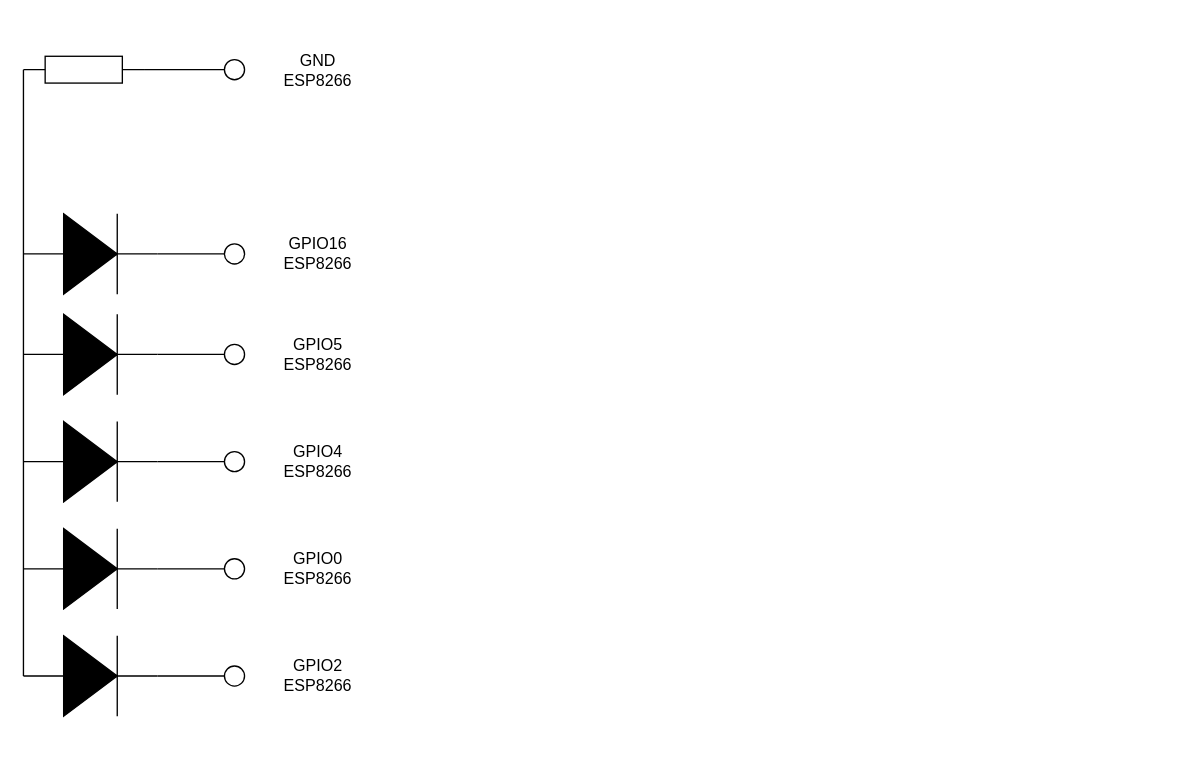
The draw.io diagram doc/diagram/movement_module.drawio in thornwishstalon/probable-liftoff-machine, before the edit. Source tidied: cells renumbered, new cells numbered last; positions are measured from the earlier drawing's top-left corner, leaving out a move shared by most shapes. Both pictures are drawn from the tidied source at 134%, with x=0, y=0 at pixel (23, 48).
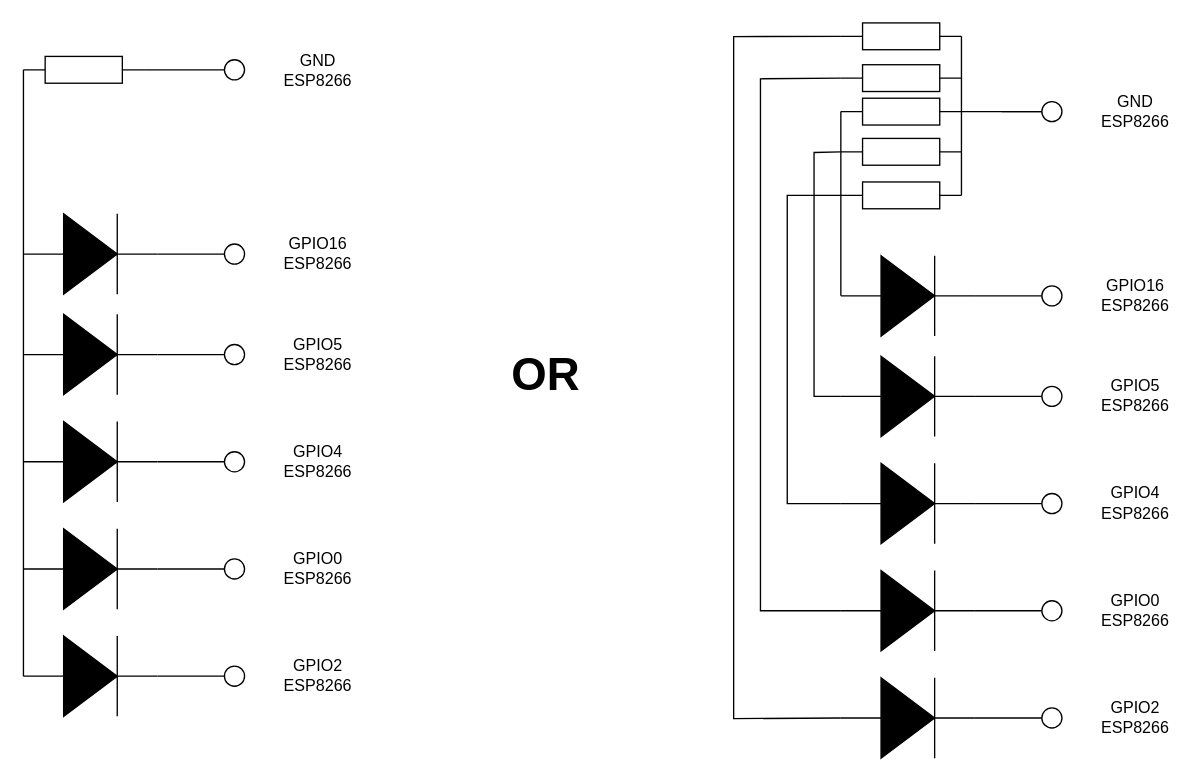
After the change.

Diff of the diagram source:
```diff
@@
     <mxCell id="2" style="verticalLabelPosition=bottom;shadow=0;dashed=0;align=center;html=1;verticalAlign=top;strokeWidth=1;shape=ellipse;perimeter=ellipsePerimeter;" parent="1" vertex="1">
-      <mxGeometry x="150" y="8" width="15" height="15" as="geometry" />
+      <mxGeometry x="150" y="8.1" width="15" height="15" as="geometry" />
     </mxCell>
     <mxCell id="3" style="verticalLabelPosition=bottom;shadow=0;dashed=0;align=center;html=1;verticalAlign=top;strokeWidth=1;shape=ellipse;perimeter=ellipsePerimeter;" parent="1" vertex="1">
-      <mxGeometry x="150" y="145.5" width="15" height="15" as="geometry" />
+      <mxGeometry x="150" y="145.6" width="15" height="15" as="geometry" />
     </mxCell>
     <mxCell id="4" value="GPIO16 ESP8266" style="text;html=1;strokeColor=none;fillColor=none;align=center;verticalAlign=middle;whiteSpace=wrap;rounded=0;" parent="1" vertex="1">
-      <mxGeometry x="190" y="138" width="60" height="30" as="geometry" />
+      <mxGeometry x="190" y="138.1" width="60" height="30" as="geometry" />
     </mxCell>
     <mxCell id="5" value="GND ESP8266" style="text;html=1;strokeColor=none;fillColor=none;align=center;verticalAlign=middle;whiteSpace=wrap;rounded=0;" parent="1" vertex="1">
-      <mxGeometry x="190" y="0.5" width="60" height="30" as="geometry" />
+      <mxGeometry x="190" y="0.6" width="60" height="30" as="geometry" />
     </mxCell>
     <mxCell id="6" style="verticalLabelPosition=bottom;shadow=0;dashed=0;align=center;html=1;verticalAlign=top;shape=mxgraph.electrical.resistors.resistor_1;" parent="1" vertex="1">
-      <mxGeometry y="5.5" width="90" height="20" as="geometry" />
+      <mxGeometry y="5.6" width="90" height="20" as="geometry" />
     </mxCell>
@@
     <mxCell id="9" style="fillColor=strokeColor;verticalLabelPosition=bottom;shadow=0;dashed=0;align=center;html=1;verticalAlign=top;shape=mxgraph.electrical.diodes.diode;" parent="1" vertex="1">
-      <mxGeometry y="123" width="100" height="60" as="geometry" />
+      <mxGeometry y="123.1" width="100" height="60" as="geometry" />
     </mxCell>
     <mxCell id="10" style="verticalLabelPosition=bottom;shadow=0;dashed=0;align=center;html=1;verticalAlign=top;strokeWidth=1;shape=ellipse;perimeter=ellipsePerimeter;" parent="1" vertex="1">
-      <mxGeometry x="150" y="220.5" width="15" height="15" as="geometry" />
+      <mxGeometry x="150" y="220.6" width="15" height="15" as="geometry" />
     </mxCell>
@@
     <mxCell id="12" style="fillColor=strokeColor;verticalLabelPosition=bottom;shadow=0;dashed=0;align=center;html=1;verticalAlign=top;shape=mxgraph.electrical.diodes.diode;" parent="1" vertex="1">
-      <mxGeometry y="198" width="100" height="60" as="geometry" />
+      <mxGeometry y="198.1" width="100" height="60" as="geometry" />
     </mxCell>
     <mxCell id="13" style="verticalLabelPosition=bottom;shadow=0;dashed=0;align=center;html=1;verticalAlign=top;strokeWidth=1;shape=ellipse;perimeter=ellipsePerimeter;" parent="1" vertex="1">
-      <mxGeometry x="150" y="300.5" width="15" height="15" as="geometry" />
+      <mxGeometry x="150" y="300.6" width="15" height="15" as="geometry" />
     </mxCell>
@@
     <mxCell id="15" style="fillColor=strokeColor;verticalLabelPosition=bottom;shadow=0;dashed=0;align=center;html=1;verticalAlign=top;shape=mxgraph.electrical.diodes.diode;" parent="1" vertex="1">
-      <mxGeometry y="278" width="100" height="60" as="geometry" />
+      <mxGeometry y="278.1" width="100" height="60" as="geometry" />
     </mxCell>
     <mxCell id="16" style="verticalLabelPosition=bottom;shadow=0;dashed=0;align=center;html=1;verticalAlign=top;strokeWidth=1;shape=ellipse;perimeter=ellipsePerimeter;" parent="1" vertex="1">
-      <mxGeometry x="150" y="380.5" width="15" height="15" as="geometry" />
+      <mxGeometry x="150" y="380.6" width="15" height="15" as="geometry" />
     </mxCell>
@@
     <mxCell id="18" style="fillColor=strokeColor;verticalLabelPosition=bottom;shadow=0;dashed=0;align=center;html=1;verticalAlign=top;shape=mxgraph.electrical.diodes.diode;" parent="1" vertex="1">
-      <mxGeometry y="358" width="100" height="60" as="geometry" />
+      <mxGeometry y="358.1" width="100" height="60" as="geometry" />
     </mxCell>
     <mxCell id="19" style="verticalLabelPosition=bottom;shadow=0;dashed=0;align=center;html=1;verticalAlign=top;strokeWidth=1;shape=ellipse;perimeter=ellipsePerimeter;" parent="1" vertex="1">
-      <mxGeometry x="150" y="460.5" width="15" height="15" as="geometry" />
+      <mxGeometry x="150" y="460.6" width="15" height="15" as="geometry" />
     </mxCell>
@@
     <mxCell id="21" style="fillColor=strokeColor;verticalLabelPosition=bottom;shadow=0;dashed=0;align=center;html=1;verticalAlign=top;shape=mxgraph.electrical.diodes.diode;" parent="1" vertex="1">
-      <mxGeometry y="438" width="100" height="60" as="geometry" />
+      <mxGeometry y="438.1" width="100" height="60" as="geometry" />
     </mxCell>
@@
     <mxCell id="23" value="GPIO5 ESP8266" style="text;html=1;strokeColor=none;fillColor=none;align=center;verticalAlign=middle;whiteSpace=wrap;rounded=0;" parent="1" vertex="1">
-      <mxGeometry x="190" y="213" width="60" height="30" as="geometry" />
+      <mxGeometry x="190" y="213.1" width="60" height="30" as="geometry" />
     </mxCell>
     <mxCell id="24" value="GPIO4 ESP8266" style="text;html=1;strokeColor=none;fillColor=none;align=center;verticalAlign=middle;whiteSpace=wrap;rounded=0;" parent="1" vertex="1">
-      <mxGeometry x="190" y="293" width="60" height="30" as="geometry" />
+      <mxGeometry x="190" y="293.1" width="60" height="30" as="geometry" />
     </mxCell>
     <mxCell id="25" value="GPIO0 ESP8266" style="text;html=1;strokeColor=none;fillColor=none;align=center;verticalAlign=middle;whiteSpace=wrap;rounded=0;" parent="1" vertex="1">
-      <mxGeometry x="190" y="373" width="60" height="30" as="geometry" />
+      <mxGeometry x="190" y="373.1" width="60" height="30" as="geometry" />
     </mxCell>
     <mxCell id="26" value="GPIO2 ESP8266" style="text;html=1;strokeColor=none;fillColor=none;align=center;verticalAlign=middle;whiteSpace=wrap;rounded=0;" parent="1" vertex="1">
-      <mxGeometry x="190" y="453" width="60" height="30" as="geometry" />
+      <mxGeometry x="190" y="453.1" width="60" height="30" as="geometry" />
     </mxCell>
+    <mxCell id="27" style="verticalLabelPosition=bottom;shadow=0;dashed=0;align=center;html=1;verticalAlign=top;strokeWidth=1;shape=ellipse;perimeter=ellipsePerimeter;" parent="1" vertex="1">
+      <mxGeometry x="760" y="39.3" width="15" height="15" as="geometry" />
+    </mxCell>
+    <mxCell id="28" style="verticalLabelPosition=bottom;shadow=0;dashed=0;align=center;html=1;verticalAlign=top;strokeWidth=1;shape=ellipse;perimeter=ellipsePerimeter;" parent="1" vertex="1">
+      <mxGeometry x="760" y="176.8" width="15" height="15" as="geometry" />
+    </mxCell>
+    <mxCell id="29" value="GPIO16 ESP8266" style="text;html=1;strokeColor=none;fillColor=none;align=center;verticalAlign=middle;whiteSpace=wrap;rounded=0;" parent="1" vertex="1">
+      <mxGeometry x="800" y="169.3" width="60" height="30" as="geometry" />
+    </mxCell>
+    <mxCell id="30" value="GND ESP8266" style="text;html=1;strokeColor=none;fillColor=none;align=center;verticalAlign=middle;whiteSpace=wrap;rounded=0;" parent="1" vertex="1">
+      <mxGeometry x="800" y="31.8" width="60" height="30" as="geometry" />
+    </mxCell>
+    <mxCell id="31" style="verticalLabelPosition=bottom;shadow=0;dashed=0;align=center;html=1;verticalAlign=top;shape=mxgraph.electrical.resistors.resistor_1;" parent="1" vertex="1">
+      <mxGeometry x="610" y="36.8" width="90" height="20" as="geometry" />
+    </mxCell>
+    <mxCell id="32" style="endArrow=none;html=1;rounded=0;exitX=1;exitY=0.5;exitDx=0;exitDy=0;exitPerimeter=0;entryX=0;entryY=0.5;entryDx=0;entryDy=0;" parent="1" edge="1" source="34" target="28">
+      <mxGeometry relative="1" as="geometry" />
+    </mxCell>
+    <mxCell id="33" style="endArrow=none;html=1;rounded=0;entryX=0;entryY=0.5;entryDx=0;entryDy=0;entryPerimeter=0;exitX=0;exitY=0.5;exitDx=0;exitDy=0;exitPerimeter=0;" parent="1" edge="1" source="34" target="31">
+      <mxGeometry relative="1" as="geometry" />
+    </mxCell>
+    <mxCell id="34" style="fillColor=strokeColor;verticalLabelPosition=bottom;shadow=0;dashed=0;align=center;html=1;verticalAlign=top;shape=mxgraph.electrical.diodes.diode;" parent="1" vertex="1">
+      <mxGeometry x="610" y="154.3" width="100" height="60" as="geometry" />
+    </mxCell>
+    <mxCell id="35" style="verticalLabelPosition=bottom;shadow=0;dashed=0;align=center;html=1;verticalAlign=top;strokeWidth=1;shape=ellipse;perimeter=ellipsePerimeter;" parent="1" vertex="1">
+      <mxGeometry x="760" y="251.8" width="15" height="15" as="geometry" />
+    </mxCell>
+    <mxCell id="36" style="endArrow=none;html=1;rounded=0;exitX=1;exitY=0.5;exitDx=0;exitDy=0;exitPerimeter=0;entryX=0;entryY=0.5;entryDx=0;entryDy=0;" parent="1" edge="1" source="37" target="35">
+      <mxGeometry relative="1" as="geometry" />
+    </mxCell>
+    <mxCell id="37" style="fillColor=strokeColor;verticalLabelPosition=bottom;shadow=0;dashed=0;align=center;html=1;verticalAlign=top;shape=mxgraph.electrical.diodes.diode;" parent="1" vertex="1">
+      <mxGeometry x="610" y="229.3" width="100" height="60" as="geometry" />
+    </mxCell>
+    <mxCell id="38" style="verticalLabelPosition=bottom;shadow=0;dashed=0;align=center;html=1;verticalAlign=top;strokeWidth=1;shape=ellipse;perimeter=ellipsePerimeter;" parent="1" vertex="1">
+      <mxGeometry x="760" y="331.8" width="15" height="15" as="geometry" />
+    </mxCell>
+    <mxCell id="39" style="endArrow=none;html=1;rounded=0;exitX=1;exitY=0.5;exitDx=0;exitDy=0;exitPerimeter=0;entryX=0;entryY=0.5;entryDx=0;entryDy=0;" parent="1" edge="1" source="40" target="38">
+      <mxGeometry relative="1" as="geometry" />
+    </mxCell>
+    <mxCell id="40" style="fillColor=strokeColor;verticalLabelPosition=bottom;shadow=0;dashed=0;align=center;html=1;verticalAlign=top;shape=mxgraph.electrical.diodes.diode;" parent="1" vertex="1">
+      <mxGeometry x="610" y="309.3" width="100" height="60" as="geometry" />
+    </mxCell>
+    <mxCell id="41" style="verticalLabelPosition=bottom;shadow=0;dashed=0;align=center;html=1;verticalAlign=top;strokeWidth=1;shape=ellipse;perimeter=ellipsePerimeter;" parent="1" vertex="1">
+      <mxGeometry x="760" y="411.8" width="15" height="15" as="geometry" />
+    </mxCell>
+    <mxCell id="42" style="endArrow=none;html=1;rounded=0;exitX=1;exitY=0.5;exitDx=0;exitDy=0;exitPerimeter=0;entryX=0;entryY=0.5;entryDx=0;entryDy=0;" parent="1" edge="1" source="43" target="41">
+      <mxGeometry relative="1" as="geometry" />
+    </mxCell>
+    <mxCell id="43" style="fillColor=strokeColor;verticalLabelPosition=bottom;shadow=0;dashed=0;align=center;html=1;verticalAlign=top;shape=mxgraph.electrical.diodes.diode;" parent="1" vertex="1">
+      <mxGeometry x="610" y="389.3" width="100" height="60" as="geometry" />
+    </mxCell>
+    <mxCell id="44" style="verticalLabelPosition=bottom;shadow=0;dashed=0;align=center;html=1;verticalAlign=top;strokeWidth=1;shape=ellipse;perimeter=ellipsePerimeter;" parent="1" vertex="1">
+      <mxGeometry x="760" y="491.8" width="15" height="15" as="geometry" />
+    </mxCell>
+    <mxCell id="45" style="endArrow=none;html=1;rounded=0;exitX=1;exitY=0.5;exitDx=0;exitDy=0;exitPerimeter=0;entryX=0;entryY=0.5;entryDx=0;entryDy=0;" parent="1" edge="1" source="46" target="44">
+      <mxGeometry relative="1" as="geometry" />
+    </mxCell>
+    <mxCell id="46" style="fillColor=strokeColor;verticalLabelPosition=bottom;shadow=0;dashed=0;align=center;html=1;verticalAlign=top;shape=mxgraph.electrical.diodes.diode;" parent="1" vertex="1">
+      <mxGeometry x="610" y="469.3" width="100" height="60" as="geometry" />
+    </mxCell>
+    <mxCell id="47" style="endArrow=none;html=1;rounded=0;entryX=0;entryY=0.5;entryDx=0;entryDy=0;" parent="1" edge="1" target="27">
+      <mxGeometry relative="1" as="geometry">
+        <mxPoint x="730" y="46.8" as="sourcePoint" />
+      </mxGeometry>
+    </mxCell>
+    <mxCell id="48" value="GPIO5 ESP8266" style="text;html=1;strokeColor=none;fillColor=none;align=center;verticalAlign=middle;whiteSpace=wrap;rounded=0;" parent="1" vertex="1">
+      <mxGeometry x="800" y="244.3" width="60" height="30" as="geometry" />
+    </mxCell>
+    <mxCell id="49" value="GPIO4 ESP8266" style="text;html=1;strokeColor=none;fillColor=none;align=center;verticalAlign=middle;whiteSpace=wrap;rounded=0;" parent="1" vertex="1">
+      <mxGeometry x="800" y="324.3" width="60" height="30" as="geometry" />
+    </mxCell>
+    <mxCell id="50" value="GPIO0 ESP8266" style="text;html=1;strokeColor=none;fillColor=none;align=center;verticalAlign=middle;whiteSpace=wrap;rounded=0;" parent="1" vertex="1">
+      <mxGeometry x="800" y="404.3" width="60" height="30" as="geometry" />
+    </mxCell>
+    <mxCell id="51" value="GPIO2 ESP8266" style="text;html=1;strokeColor=none;fillColor=none;align=center;verticalAlign=middle;whiteSpace=wrap;rounded=0;" parent="1" vertex="1">
+      <mxGeometry x="800" y="484.3" width="60" height="30" as="geometry" />
+    </mxCell>
+    <mxCell id="52" style="verticalLabelPosition=bottom;shadow=0;dashed=0;align=center;html=1;verticalAlign=top;shape=mxgraph.electrical.resistors.resistor_1;" parent="1" vertex="1">
+      <mxGeometry x="610" y="66.8" width="90" height="20" as="geometry" />
+    </mxCell>
+    <mxCell id="53" style="endArrow=none;html=1;rounded=0;entryX=0;entryY=0.5;entryDx=0;entryDy=0;entryPerimeter=0;exitX=0;exitY=0.5;exitDx=0;exitDy=0;exitPerimeter=0;" parent="1" edge="1" source="37" target="52">
+      <mxGeometry relative="1" as="geometry">
+        <Array as="points">
+          <mxPoint x="590" y="259.3" />
+          <mxPoint x="590" y="77.3" />
+        </Array>
+      </mxGeometry>
+    </mxCell>
+    <mxCell id="54" style="verticalLabelPosition=bottom;shadow=0;dashed=0;align=center;html=1;verticalAlign=top;shape=mxgraph.electrical.resistors.resistor_1;" parent="1" vertex="1">
+      <mxGeometry x="610" y="99.3" width="90" height="20" as="geometry" />
+    </mxCell>
+    <mxCell id="55" style="endArrow=none;html=1;rounded=0;entryX=0;entryY=0.5;entryDx=0;entryDy=0;entryPerimeter=0;exitX=0;exitY=0.5;exitDx=0;exitDy=0;exitPerimeter=0;" parent="1" edge="1" source="40" target="54">
+      <mxGeometry relative="1" as="geometry">
+        <Array as="points">
+          <mxPoint x="570" y="339.3" />
+          <mxPoint x="570" y="109.3" />
+        </Array>
+      </mxGeometry>
+    </mxCell>
+    <mxCell id="56" style="verticalLabelPosition=bottom;shadow=0;dashed=0;align=center;html=1;verticalAlign=top;shape=mxgraph.electrical.resistors.resistor_1;" parent="1" vertex="1">
+      <mxGeometry x="610" y="11.8" width="90" height="20" as="geometry" />
+    </mxCell>
+    <mxCell id="57" style="endArrow=none;html=1;rounded=0;entryX=0;entryY=0.5;entryDx=0;entryDy=0;entryPerimeter=0;exitX=0;exitY=0.5;exitDx=0;exitDy=0;exitPerimeter=0;" parent="1" edge="1" source="43" target="56">
+      <mxGeometry relative="1" as="geometry">
+        <Array as="points">
+          <mxPoint x="550" y="419.3" />
+          <mxPoint x="550" y="22.3" />
+        </Array>
+      </mxGeometry>
+    </mxCell>
+    <mxCell id="58" style="verticalLabelPosition=bottom;shadow=0;dashed=0;align=center;html=1;verticalAlign=top;shape=mxgraph.electrical.resistors.resistor_1;" parent="1" vertex="1">
+      <mxGeometry x="610" y="-19.4" width="90" height="20" as="geometry" />
+    </mxCell>
+    <mxCell id="59" style="endArrow=none;html=1;rounded=0;entryX=0;entryY=0.5;entryDx=0;entryDy=0;entryPerimeter=0;exitX=0;exitY=0.5;exitDx=0;exitDy=0;exitPerimeter=0;" parent="1" edge="1" source="46" target="58">
+      <mxGeometry relative="1" as="geometry">
+        <Array as="points">
+          <mxPoint x="530" y="499.8" />
+          <mxPoint x="530" y="-9.2" />
+        </Array>
+      </mxGeometry>
+    </mxCell>
+    <mxCell id="60" style="endArrow=none;html=1;rounded=0;entryX=1;entryY=0.5;entryDx=0;entryDy=0;entryPerimeter=0;exitX=1;exitY=0.5;exitDx=0;exitDy=0;exitPerimeter=0;" parent="1" edge="1" source="54" target="58">
+      <mxGeometry relative="1" as="geometry" />
+    </mxCell>
+    <mxCell id="61" style="endArrow=none;html=1;rounded=0;entryX=0;entryY=0.5;entryDx=0;entryDy=0;" parent="1" edge="1" target="27">
+      <mxGeometry relative="1" as="geometry">
+        <mxPoint x="700" y="46.8" as="sourcePoint" />
+      </mxGeometry>
+    </mxCell>
+    <mxCell id="62" value="&lt;b&gt;&lt;font style=&quot;font-size: 34px&quot;&gt;OR&lt;/font&gt;&lt;/b&gt;" style="text;html=1;strokeColor=none;fillColor=none;align=center;verticalAlign=middle;whiteSpace=wrap;rounded=0;" parent="1" vertex="1">
+      <mxGeometry x="360" y="228.1" width="60" height="30" as="geometry" />
+    </mxCell>
```
